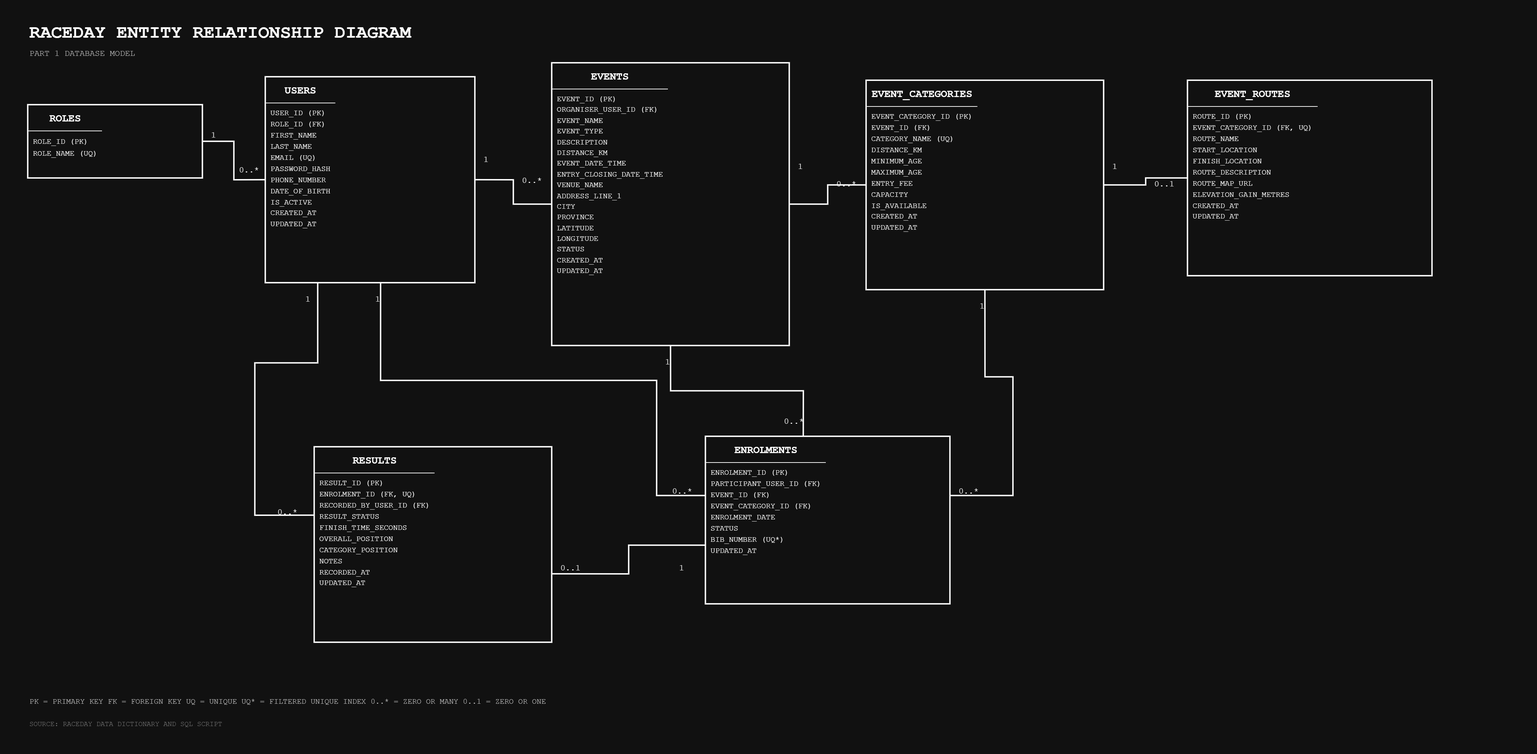
Above: docs/RaceDay-ERD.png in ST10441951/prog6212-g2-2026-POE-ST10441951 (draw.io), before the change. Source tidied: cells renumbered, new cells last; positions are measured from the earlier drawing's top-left corner, leaving out a move shared by most shapes.
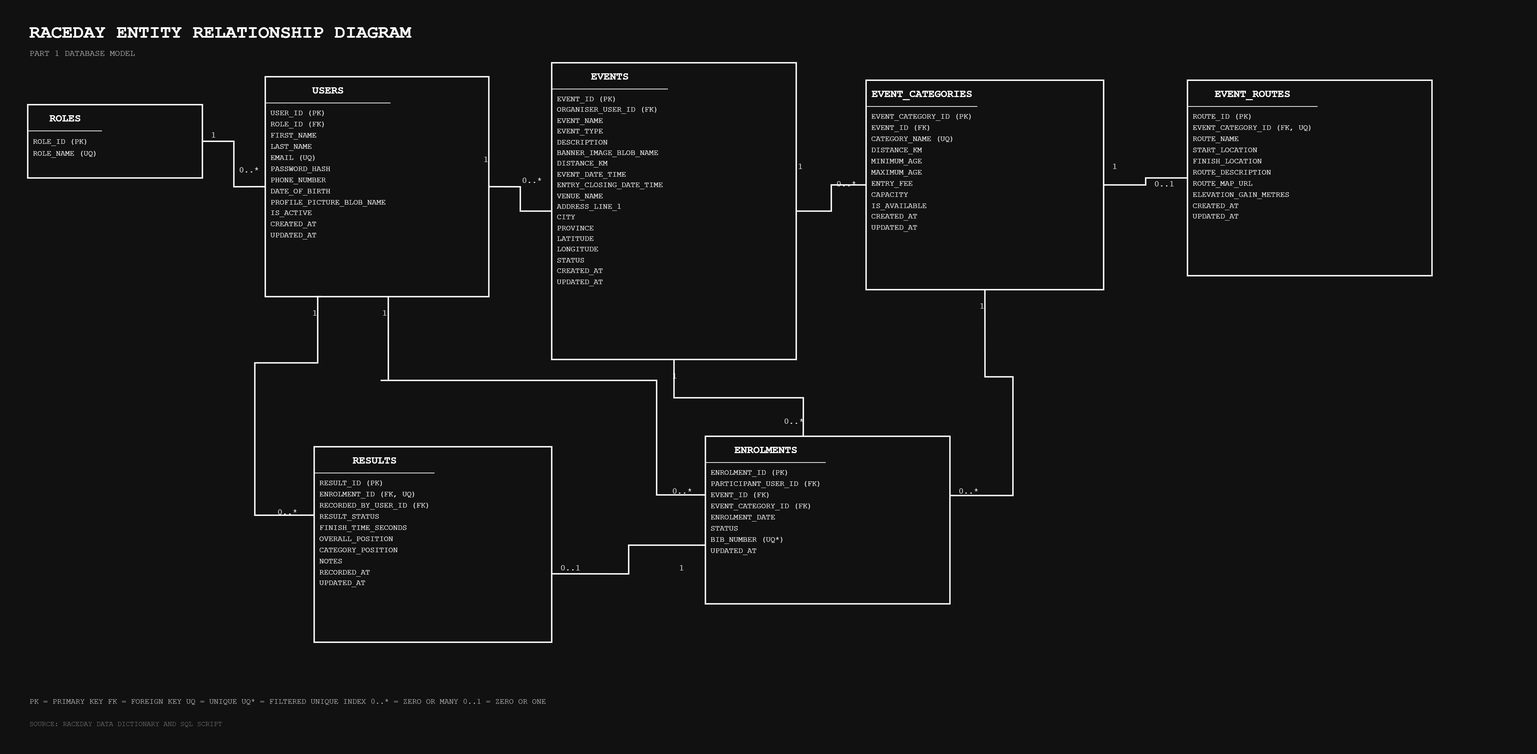
Later version of the same file.

Diff of the diagram source:
```diff
@@ -14,11 +14,11 @@
     <mxCell id="5" value="&lt;div style=&quot;text-align:center;font-weight:bold;font-size:15px;border-bottom:1px solid #FFFFFF;padding:7px&quot;&gt;ROLES&lt;/div&gt;&lt;div style=&quot;padding:7px;line-height:1.55&quot;&gt;ROLE_ID (PK)&lt;br&gt;ROLE_NAME (UQ)&lt;/div&gt;" style="rounded=0;whiteSpace=wrap;html=1;align=left;verticalAlign=top;spacing=0;fillColor=#111111;strokeColor=#FFFFFF;strokeWidth=2;fontColor=#FFFFFF;fontFamily=Courier New;fontSize=11;" parent="1" vertex="1">
       <mxGeometry x="40" y="150" width="250" height="105" as="geometry" />
     </mxCell>
-    <mxCell id="6" value="&lt;div style=&quot;text-align:center;font-weight:bold;font-size:15px;border-bottom:1px solid #FFFFFF;padding:7px&quot;&gt;USERS&lt;/div&gt;&lt;div style=&quot;padding:7px;line-height:1.45&quot;&gt;USER_ID (PK)&lt;br&gt;ROLE_ID (FK)&lt;br&gt;FIRST_NAME&lt;br&gt;LAST_NAME&lt;br&gt;EMAIL (UQ)&lt;br&gt;PASSWORD_HASH&lt;br&gt;PHONE_NUMBER&lt;br&gt;DATE_OF_BIRTH&lt;br&gt;IS_ACTIVE&lt;br&gt;CREATED_AT&lt;br&gt;UPDATED_AT&lt;/div&gt;" style="rounded=0;whiteSpace=wrap;html=1;align=left;verticalAlign=top;spacing=0;fillColor=#111111;strokeColor=#FFFFFF;strokeWidth=2;fontColor=#FFFFFF;fontFamily=Courier New;fontSize=11;" parent="1" vertex="1">
-      <mxGeometry x="380" y="110" width="300" height="295" as="geometry" />
+    <mxCell id="6" value="&lt;div style=&quot;text-align:center;font-weight:bold;font-size:15px;border-bottom:1px solid #FFFFFF;padding:7px&quot;&gt;USERS&lt;/div&gt;&lt;div style=&quot;padding:7px;line-height:1.45&quot;&gt;USER_ID (PK)&lt;br&gt;ROLE_ID (FK)&lt;br&gt;FIRST_NAME&lt;br&gt;LAST_NAME&lt;br&gt;EMAIL (UQ)&lt;br&gt;PASSWORD_HASH&lt;br&gt;PHONE_NUMBER&lt;br&gt;DATE_OF_BIRTH&lt;br&gt;PROFILE_PICTURE_BLOB_NAME&lt;br&gt;IS_ACTIVE&lt;br&gt;CREATED_AT&lt;br&gt;UPDATED_AT&lt;/div&gt;" style="rounded=0;whiteSpace=wrap;html=1;align=left;verticalAlign=top;spacing=0;fillColor=#111111;strokeColor=#FFFFFF;strokeWidth=2;fontColor=#FFFFFF;fontFamily=Courier New;fontSize=11;" parent="1" vertex="1">
+      <mxGeometry x="380" y="110" width="320" height="315" as="geometry" />
     </mxCell>
-    <mxCell id="7" value="&lt;div style=&quot;text-align:center;font-weight:bold;font-size:15px;border-bottom:1px solid #FFFFFF;padding:7px&quot;&gt;EVENTS&lt;/div&gt;&lt;div style=&quot;padding:7px;line-height:1.4&quot;&gt;EVENT_ID (PK)&lt;br&gt;ORGANISER_USER_ID (FK)&lt;br&gt;EVENT_NAME&lt;br&gt;EVENT_TYPE&lt;br&gt;DESCRIPTION&lt;br&gt;DISTANCE_KM&lt;br&gt;EVENT_DATE_TIME&lt;br&gt;ENTRY_CLOSING_DATE_TIME&lt;br&gt;VENUE_NAME&lt;br&gt;ADDRESS_LINE_1&lt;br&gt;CITY&lt;br&gt;PROVINCE&lt;br&gt;LATITUDE&lt;br&gt;LONGITUDE&lt;br&gt;STATUS&lt;br&gt;CREATED_AT&lt;br&gt;UPDATED_AT&lt;/div&gt;" style="rounded=0;whiteSpace=wrap;html=1;align=left;verticalAlign=top;spacing=0;fillColor=#111111;strokeColor=#FFFFFF;strokeWidth=2;fontColor=#FFFFFF;fontFamily=Courier New;fontSize=11;" parent="1" vertex="1">
-      <mxGeometry x="790" y="90" width="340" height="405" as="geometry" />
+    <mxCell id="7" value="&lt;div style=&quot;text-align:center;font-weight:bold;font-size:15px;border-bottom:1px solid #FFFFFF;padding:7px&quot;&gt;EVENTS&lt;/div&gt;&lt;div style=&quot;padding:7px;line-height:1.4&quot;&gt;EVENT_ID (PK)&lt;br&gt;ORGANISER_USER_ID (FK)&lt;br&gt;EVENT_NAME&lt;br&gt;EVENT_TYPE&lt;br&gt;DESCRIPTION&lt;br&gt;BANNER_IMAGE_BLOB_NAME&lt;br&gt;DISTANCE_KM&lt;br&gt;EVENT_DATE_TIME&lt;br&gt;ENTRY_CLOSING_DATE_TIME&lt;br&gt;VENUE_NAME&lt;br&gt;ADDRESS_LINE_1&lt;br&gt;CITY&lt;br&gt;PROVINCE&lt;br&gt;LATITUDE&lt;br&gt;LONGITUDE&lt;br&gt;STATUS&lt;br&gt;CREATED_AT&lt;br&gt;UPDATED_AT&lt;/div&gt;" style="rounded=0;whiteSpace=wrap;html=1;align=left;verticalAlign=top;spacing=0;fillColor=#111111;strokeColor=#FFFFFF;strokeWidth=2;fontColor=#FFFFFF;fontFamily=Courier New;fontSize=11;" parent="1" vertex="1">
+      <mxGeometry x="790" y="90" width="350" height="425" as="geometry" />
     </mxCell>
     <mxCell id="8" value="&lt;div style=&quot;text-align:center;font-weight:bold;font-size:15px;border-bottom:1px solid #FFFFFF;padding:7px&quot;&gt;EVENT_CATEGORIES&lt;/div&gt;&lt;div style=&quot;padding:7px;line-height:1.45&quot;&gt;EVENT_CATEGORY_ID (PK)&lt;br&gt;EVENT_ID (FK)&lt;br&gt;CATEGORY_NAME (UQ)&lt;br&gt;DISTANCE_KM&lt;br&gt;MINIMUM_AGE&lt;br&gt;MAXIMUM_AGE&lt;br&gt;ENTRY_FEE&lt;br&gt;CAPACITY&lt;br&gt;IS_AVAILABLE&lt;br&gt;CREATED_AT&lt;br&gt;UPDATED_AT&lt;/div&gt;" style="rounded=0;whiteSpace=wrap;html=1;align=left;verticalAlign=top;spacing=0;fillColor=#111111;strokeColor=#FFFFFF;strokeWidth=2;fontColor=#FFFFFF;fontFamily=Courier New;fontSize=11;" parent="1" vertex="1">
       <mxGeometry x="1240" y="115" width="340" height="300" as="geometry" />
@@ -102,13 +102,13 @@
       <mxGeometry x="1650" y="250" width="45" height="25" as="geometry" />
     </mxCell>
     <mxCell id="29" value="1" style="text;html=1;fontColor=#FFFFFF;fontFamily=Courier New;fontSize=12;" parent="1" vertex="1">
-      <mxGeometry x="535" y="415" width="30" height="25" as="geometry" />
+      <mxGeometry x="545" y="435" width="30" height="25" as="geometry" />
     </mxCell>
     <mxCell id="30" value="0..*" style="text;html=1;fontColor=#FFFFFF;fontFamily=Courier New;fontSize=12;" parent="1" vertex="1">
       <mxGeometry x="960" y="690" width="45" height="25" as="geometry" />
     </mxCell>
     <mxCell id="31" value="1" style="text;html=1;fontColor=#FFFFFF;fontFamily=Courier New;fontSize=12;" parent="1" vertex="1">
-      <mxGeometry x="950" y="505" width="30" height="25" as="geometry" />
+      <mxGeometry x="960" y="525" width="30" height="25" as="geometry" />
     </mxCell>
     <mxCell id="32" value="0..*" style="text;html=1;fontColor=#FFFFFF;fontFamily=Courier New;fontSize=12;" parent="1" vertex="1">
       <mxGeometry x="1120" y="590" width="45" height="25" as="geometry" />
@@ -126,7 +126,7 @@
       <mxGeometry x="800" y="800" width="45" height="25" as="geometry" />
     </mxCell>
     <mxCell id="37" value="1" style="text;html=1;fontColor=#FFFFFF;fontFamily=Courier New;fontSize=12;" parent="1" vertex="1">
-      <mxGeometry x="435" y="415" width="30" height="25" as="geometry" />
+      <mxGeometry x="445" y="435" width="30" height="25" as="geometry" />
     </mxCell>
     <mxCell id="38" value="0..*" style="text;html=1;fontColor=#FFFFFF;fontFamily=Courier New;fontSize=12;" parent="1" vertex="1">
       <mxGeometry x="395" y="720" width="45" height="25" as="geometry" />
```
